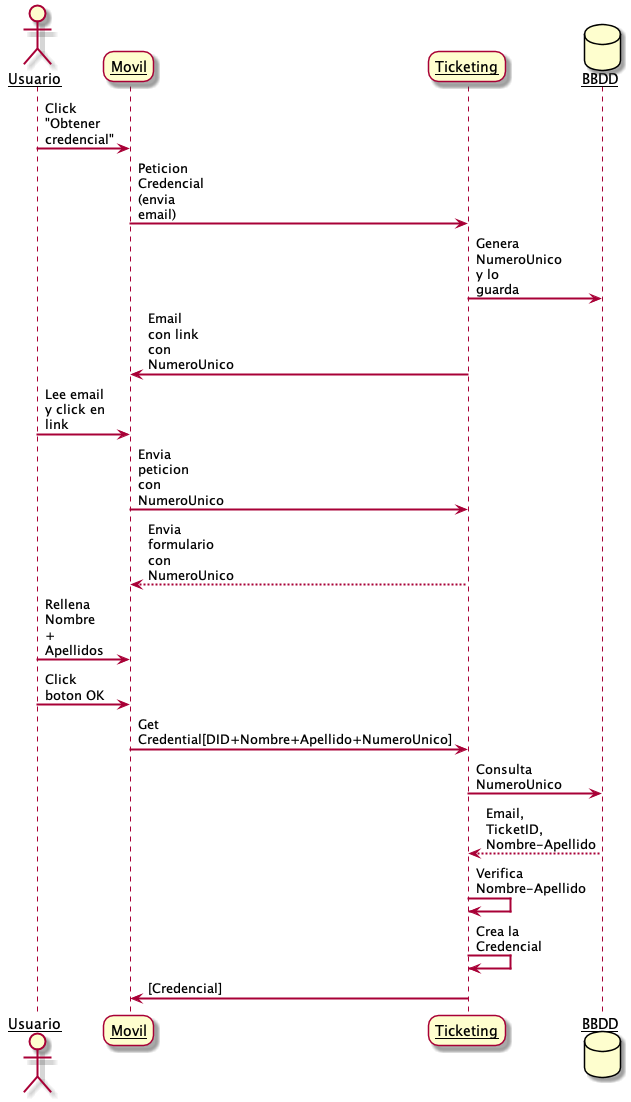
Above: assets/creacion-identidad.png in hesusruiz/EntradasSSI (PlantUML), before the change.
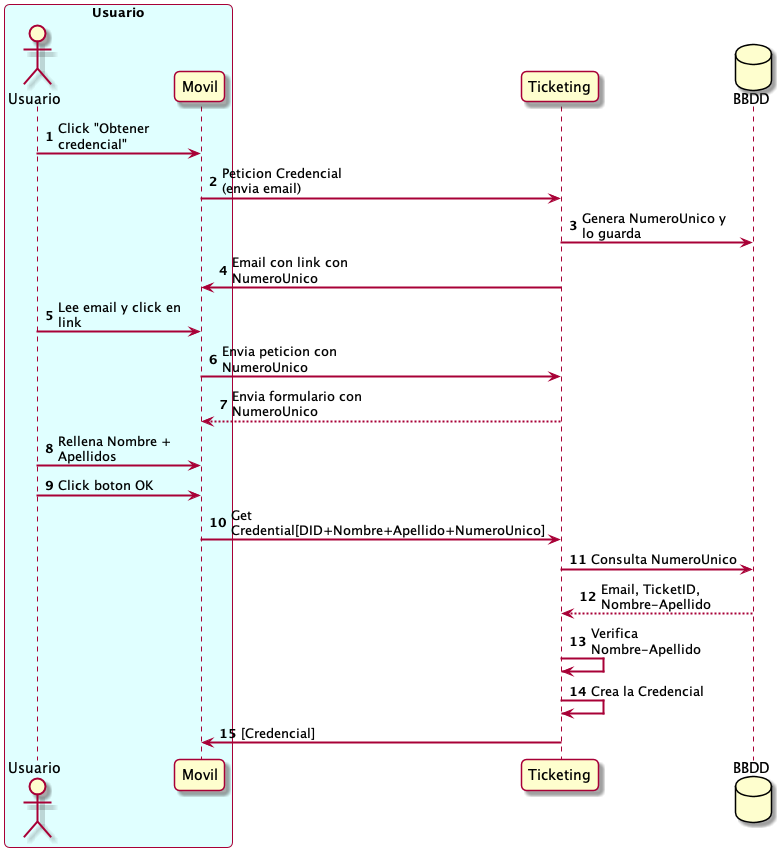
Above is the later version.

Diff of the diagram source:
```diff
@@ -1,11 +1,13 @@
 @startuml
+autonumber
 skinparam sequenceArrowThickness 2
-skinparam roundcorner 20
-skinparam maxmessagesize 60
-skinparam sequenceParticipant underline
+skinparam roundcorner 10
+skinparam maxmessagesize 150
 
-actor Usuario as U
-participant "Movil" as M
+box "Usuario" #LightCyan
+  actor Usuario as U
+  participant "Movil" as M
+end box
 participant "Ticketing" as T
 database "BBDD" as D
 
```
